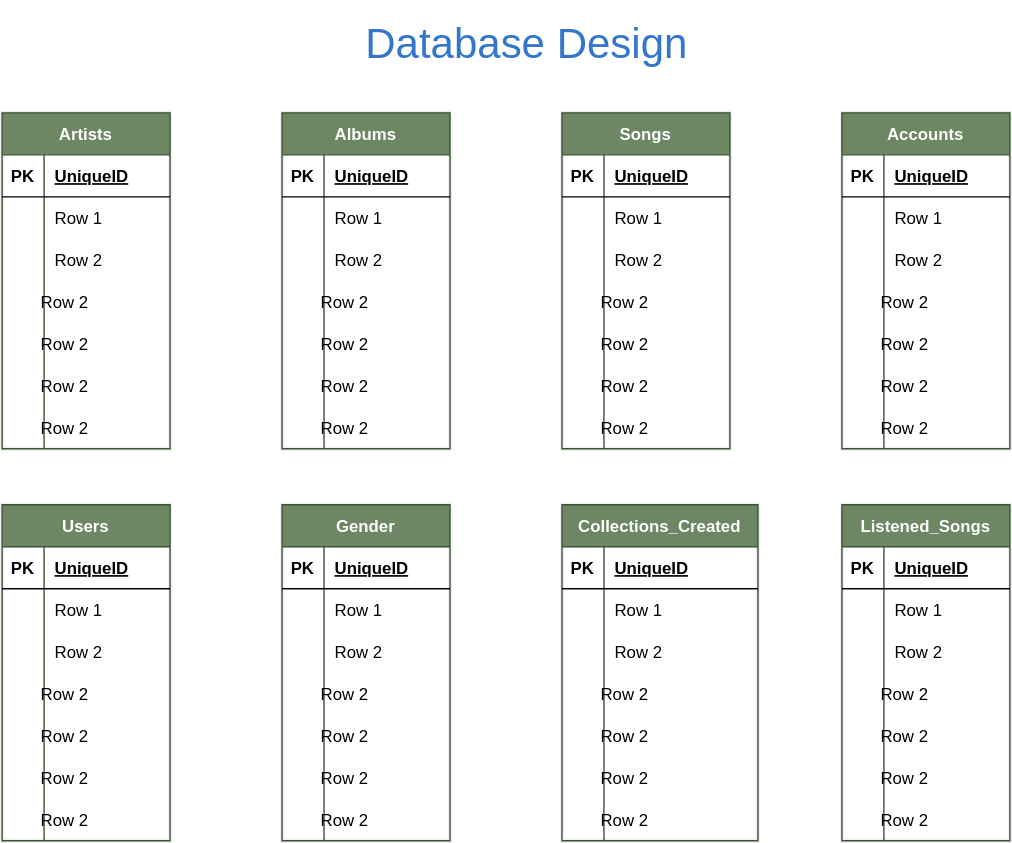
This is BBDD/DatabaseDesign.drawio.svg from FernandoFH/Spotify-clone, a draw.io export, as it was before one commit. Source tidied: cells renumbered, new cells last; positions are measured from the earlier drawing's top-left corner, leaving out a move shared by most shapes.
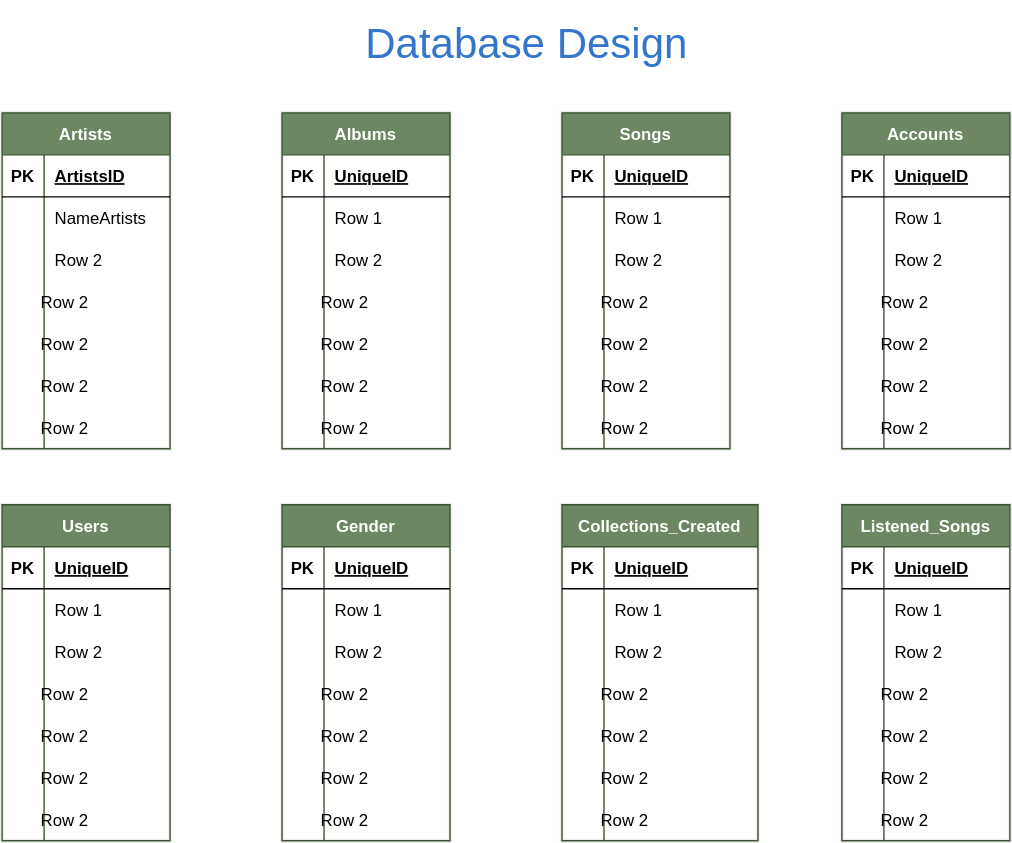
Later version of the same file.

Diff of the diagram source:
```diff
@@ -17,7 +17,7 @@
     <mxCell id="6" value="PK" style="shape=partialRectangle;fillColor=none;top=0;left=0;bottom=0;right=0;fontStyle=1;overflow=hidden;" parent="5" vertex="1">
       <mxGeometry width="30" height="30" as="geometry" />
     </mxCell>
-    <mxCell id="7" value="UniqueID" style="shape=partialRectangle;fillColor=none;top=0;left=0;bottom=0;right=0;align=left;spacingLeft=6;fontStyle=5;overflow=hidden;" parent="5" vertex="1">
+    <mxCell id="7" value="ArtistsID" style="shape=partialRectangle;fillColor=none;top=0;left=0;bottom=0;right=0;align=left;spacingLeft=6;fontStyle=5;overflow=hidden;" parent="5" vertex="1">
       <mxGeometry x="30" width="90" height="30" as="geometry" />
     </mxCell>
     <mxCell id="8" style="shape=partialRectangle;fillColor=none;top=0;left=0;bottom=0;right=0;" parent="4" vertex="1">
@@ -26,7 +26,7 @@
     <mxCell id="9" style="shape=partialRectangle;fillColor=none;top=0;left=0;bottom=0;right=0;overflow=hidden;" parent="8" vertex="1">
       <mxGeometry width="30" height="30" as="geometry" />
     </mxCell>
-    <mxCell id="10" value="Row 1" style="shape=partialRectangle;fillColor=none;top=0;left=0;bottom=0;right=0;align=left;spacingLeft=6;overflow=hidden;" parent="8" vertex="1">
+    <mxCell id="10" value="NameArtists" style="shape=partialRectangle;fillColor=none;top=0;left=0;bottom=0;right=0;align=left;spacingLeft=6;overflow=hidden;" parent="8" vertex="1">
       <mxGeometry x="30" width="90" height="30" as="geometry" />
     </mxCell>
     <mxCell id="11" style="shape=partialRectangle;fillColor=none;top=0;left=0;bottom=0;right=0;" parent="4" vertex="1">
```
